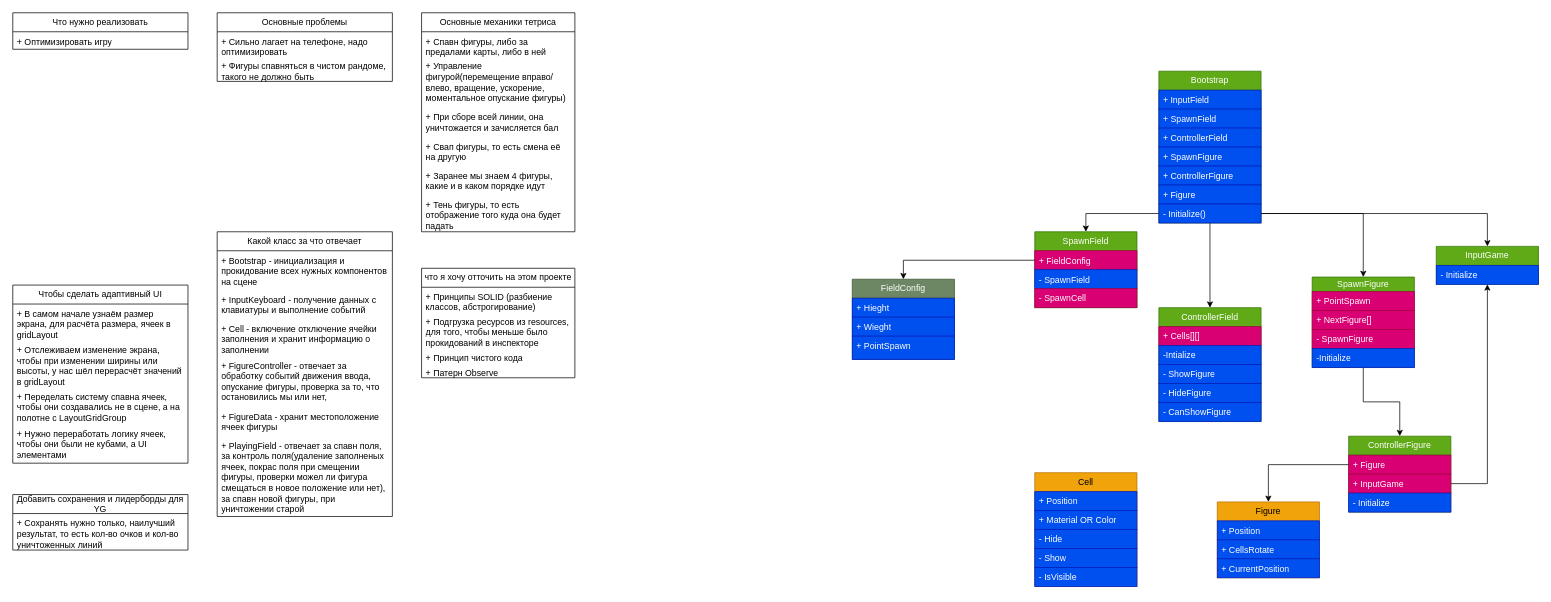
Before: TetrisGame.drawio in Bablakov/Tetris, a draw.io diagram. Source tidied: cells renumbered, new cells numbered last; positions are measured from the earlier drawing's top-left corner, leaving out a move shared by most shapes. Both pictures are drawn from the tidied source at 73%, with x=0, y=0 at pixel (12, 12).
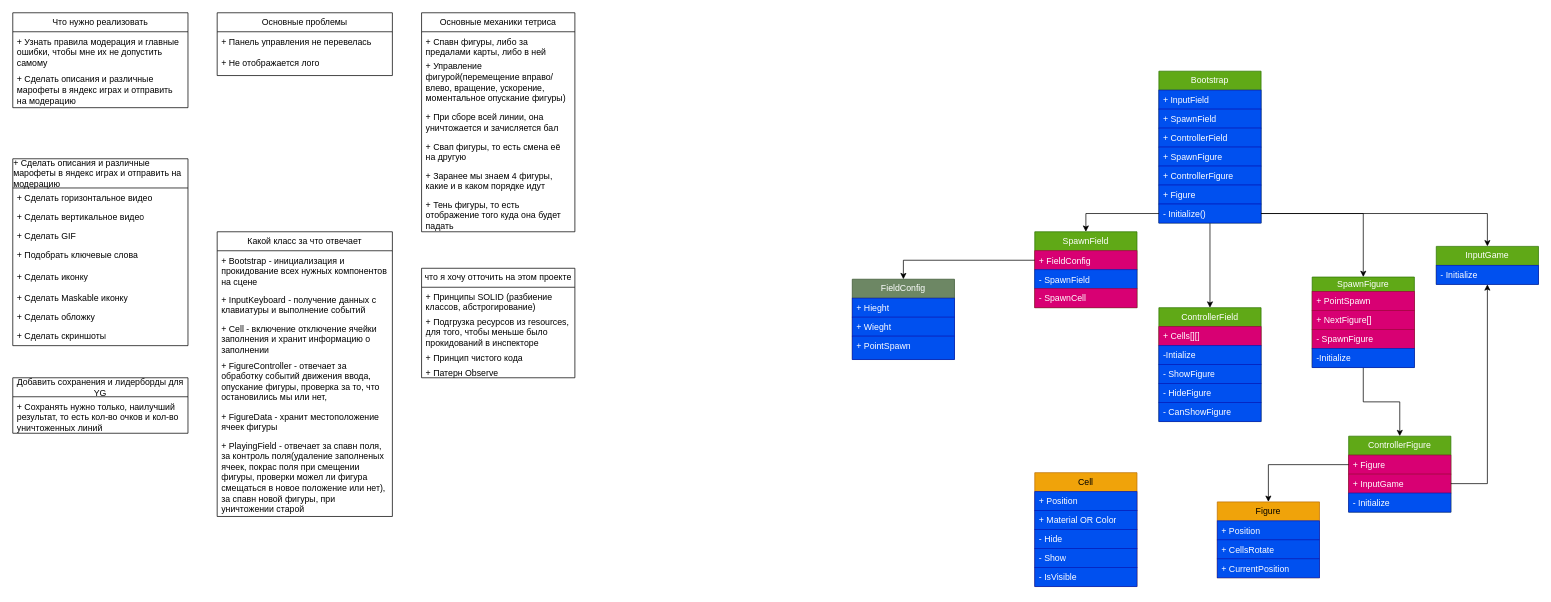
The same page after the edit.

The edit, as a diff of the source:
```diff
@@
     <mxCell id="2" value="Что нужно реализовать" style="swimlane;fontStyle=0;horizontal=1;startSize=26;fillColor=none;whiteSpace=wrap;html=1;" parent="1" vertex="1">
-      <mxGeometry width="240" height="50" as="geometry" />
+      <mxGeometry width="240" height="130" as="geometry" />
     </mxCell>
-    <mxCell id="3" value="+ Оптимизировать игру" style="text;strokeColor=none;fillColor=none;align=left;verticalAlign=top;spacingLeft=4;spacingRight=4;overflow=hidden;whiteSpace=wrap;html=1;" parent="2" vertex="1">
-      <mxGeometry y="26" width="240" height="24" as="geometry" />
-    </mxCell>
+    <mxCell id="84" value="+ Узнать правила модерация и главные ошибки, чтобы мне их не допустить самому" style="text;strokeColor=none;fillColor=none;align=left;verticalAlign=top;spacingLeft=4;spacingRight=4;overflow=hidden;whiteSpace=wrap;html=1;" parent="2" vertex="1">
+      <mxGeometry y="26" width="240" height="52" as="geometry" />
+    </mxCell>
+    <mxCell id="85" value="+ Сделать описания и различные марофеты в яндекс играх и отправить на модерацию" style="text;strokeColor=none;fillColor=none;align=left;verticalAlign=top;spacingLeft=4;spacingRight=4;overflow=hidden;whiteSpace=wrap;html=1;" parent="2" vertex="1">
+      <mxGeometry y="78" width="240" height="52" as="geometry" />
+    </mxCell>
@@
     <mxCell id="11" value="Основные проблемы" style="swimlane;fontStyle=0;horizontal=1;startSize=26;fillColor=none;whiteSpace=wrap;html=1;" parent="1" vertex="1">
-      <mxGeometry x="280" width="240" height="94" as="geometry" />
+      <mxGeometry x="280" width="240" height="86" as="geometry" />
     </mxCell>
-    <mxCell id="12" value="+ Сильно лагает на телефоне, надо оптимизировать" style="text;strokeColor=none;fillColor=none;align=left;verticalAlign=top;spacingLeft=4;spacingRight=4;overflow=hidden;whiteSpace=wrap;html=1;" parent="11" vertex="1">
-      <mxGeometry y="26" width="240" height="34" as="geometry" />
-    </mxCell>
-    <mxCell id="13" value="&lt;div&gt;+ Фигуры спавняться в чистом рандоме, такого не должно быть&lt;/div&gt;" style="text;strokeColor=none;fillColor=none;align=left;verticalAlign=top;spacingLeft=4;spacingRight=4;overflow=hidden;whiteSpace=wrap;html=1;" parent="11" vertex="1">
-      <mxGeometry y="60" width="240" height="34" as="geometry" />
-    </mxCell>
+    <mxCell id="86" value="+ Панель управления не перевелась" style="text;strokeColor=none;fillColor=none;align=left;verticalAlign=top;spacingLeft=4;spacingRight=4;overflow=hidden;whiteSpace=wrap;html=1;" parent="11" vertex="1">
+      <mxGeometry y="26" width="240" height="30" as="geometry" />
+    </mxCell>
+    <mxCell id="87" value="+ Не отображается лого" style="text;strokeColor=none;fillColor=none;align=left;verticalAlign=top;spacingLeft=4;spacingRight=4;overflow=hidden;whiteSpace=wrap;html=1;" parent="11" vertex="1">
+      <mxGeometry y="56" width="240" height="30" as="geometry" />
+    </mxCell>
@@
-    <mxCell id="77" value="&lt;div style=&quot;text-align: left;&quot;&gt;&lt;span style=&quot;background-color: initial;&quot;&gt;Чтобы сделать адаптивный UI&lt;/span&gt;&lt;/div&gt;" style="swimlane;fontStyle=0;horizontal=1;startSize=26;fillColor=none;whiteSpace=wrap;html=1;" parent="1" vertex="1">
-      <mxGeometry y="373" width="240" height="244" as="geometry" />
+    <mxCell id="77" value="&lt;div style=&quot;text-align: left;&quot;&gt;+ Сделать описания и различные марофеты в яндекс играх и отправить на модерацию&lt;br&gt;&lt;/div&gt;" style="swimlane;fontStyle=0;horizontal=1;startSize=40;fillColor=none;whiteSpace=wrap;html=1;" parent="1" vertex="1">
+      <mxGeometry y="200" width="240" height="256" as="geometry" />
     </mxCell>
+    <mxCell id="88" value="+ Сделать горизонтальное видео" style="text;strokeColor=none;fillColor=none;align=left;verticalAlign=top;spacingLeft=4;spacingRight=4;overflow=hidden;whiteSpace=wrap;html=1;" parent="77" vertex="1">
+      <mxGeometry y="40" width="240" height="26" as="geometry" />
+    </mxCell>
+    <mxCell id="89" value="+ Сделать вертикальное видео" style="text;strokeColor=none;fillColor=none;align=left;verticalAlign=top;spacingLeft=4;spacingRight=4;overflow=hidden;whiteSpace=wrap;html=1;" parent="77" vertex="1">
+      <mxGeometry y="66" width="240" height="26" as="geometry" />
+    </mxCell>
+    <mxCell id="90" value="+ Сделать GIF" style="text;strokeColor=none;fillColor=none;align=left;verticalAlign=top;spacingLeft=4;spacingRight=4;overflow=hidden;whiteSpace=wrap;html=1;" parent="77" vertex="1">
+      <mxGeometry y="92" width="240" height="26" as="geometry" />
+    </mxCell>
-    <mxCell id="78" value="+ В самом начале узнаём размер экрана, для расчёта размера, ячеек в gridLayout" style="text;strokeColor=none;fillColor=none;align=left;verticalAlign=top;spacingLeft=4;spacingRight=4;overflow=hidden;whiteSpace=wrap;html=1;" parent="77" vertex="1">
-      <mxGeometry y="26" width="240" height="50" as="geometry" />
+    <mxCell id="78" value="+ Подобрать ключевые слова" style="text;strokeColor=none;fillColor=none;align=left;verticalAlign=top;spacingLeft=4;spacingRight=4;overflow=hidden;whiteSpace=wrap;html=1;" parent="77" vertex="1">
+      <mxGeometry y="118" width="240" height="30" as="geometry" />
     </mxCell>
-    <mxCell id="79" value="+ Отслеживаем изменение экрана, чтобы при изменении ширины или высоты, у нас шёл перерасчёт значений в gridLayout" style="text;strokeColor=none;fillColor=none;align=left;verticalAlign=top;spacingLeft=4;spacingRight=4;overflow=hidden;whiteSpace=wrap;html=1;" parent="77" vertex="1">
-      <mxGeometry y="76" width="240" height="64" as="geometry" />
-    </mxCell>
-    <mxCell id="80" value="&lt;div&gt;+ Переделать систему спавна ячеек, чтобы они создавались не в сцене, а на полотне с LayoutGridGroup&lt;/div&gt;" style="text;strokeColor=none;fillColor=none;align=left;verticalAlign=top;spacingLeft=4;spacingRight=4;overflow=hidden;whiteSpace=wrap;html=1;" parent="77" vertex="1">
-      <mxGeometry y="140" width="240" height="50" as="geometry" />
-    </mxCell>
-    <mxCell id="81" value="+ Нужно переработать логику ячеек, чтобы они были не кубами, а UI элементами" style="text;strokeColor=none;fillColor=none;align=left;verticalAlign=top;spacingLeft=4;spacingRight=4;overflow=hidden;whiteSpace=wrap;html=1;" parent="77" vertex="1">
-      <mxGeometry y="190" width="240" height="54" as="geometry" />
+    <mxCell id="81" value="+ Сделать иконку" style="text;strokeColor=none;fillColor=none;align=left;verticalAlign=top;spacingLeft=4;spacingRight=4;overflow=hidden;whiteSpace=wrap;html=1;" parent="77" vertex="1">
+      <mxGeometry y="148" width="240" height="30" as="geometry" />
     </mxCell>
+    <mxCell id="91" value="+ Сделать Maskable иконку" style="text;strokeColor=none;fillColor=none;align=left;verticalAlign=top;spacingLeft=4;spacingRight=4;overflow=hidden;whiteSpace=wrap;html=1;" parent="77" vertex="1">
+      <mxGeometry y="178" width="240" height="26" as="geometry" />
+    </mxCell>
+    <mxCell id="92" value="+ Сделать обложку" style="text;strokeColor=none;fillColor=none;align=left;verticalAlign=top;spacingLeft=4;spacingRight=4;overflow=hidden;whiteSpace=wrap;html=1;" parent="77" vertex="1">
+      <mxGeometry y="204" width="240" height="26" as="geometry" />
+    </mxCell>
+    <mxCell id="93" value="+ Сделать скриншоты" style="text;strokeColor=none;fillColor=none;align=left;verticalAlign=top;spacingLeft=4;spacingRight=4;overflow=hidden;whiteSpace=wrap;html=1;" parent="77" vertex="1">
+      <mxGeometry y="230" width="240" height="26" as="geometry" />
+    </mxCell>
     <mxCell id="82" value="&lt;div style=&quot;&quot;&gt;Добавить сохранения и лидерборды для YG&lt;br&gt;&lt;/div&gt;" style="swimlane;fontStyle=0;horizontal=1;startSize=26;fillColor=none;whiteSpace=wrap;html=1;" parent="1" vertex="1">
-      <mxGeometry y="660" width="240" height="76" as="geometry" />
+      <mxGeometry y="500" width="240" height="76" as="geometry" />
     </mxCell>
```
